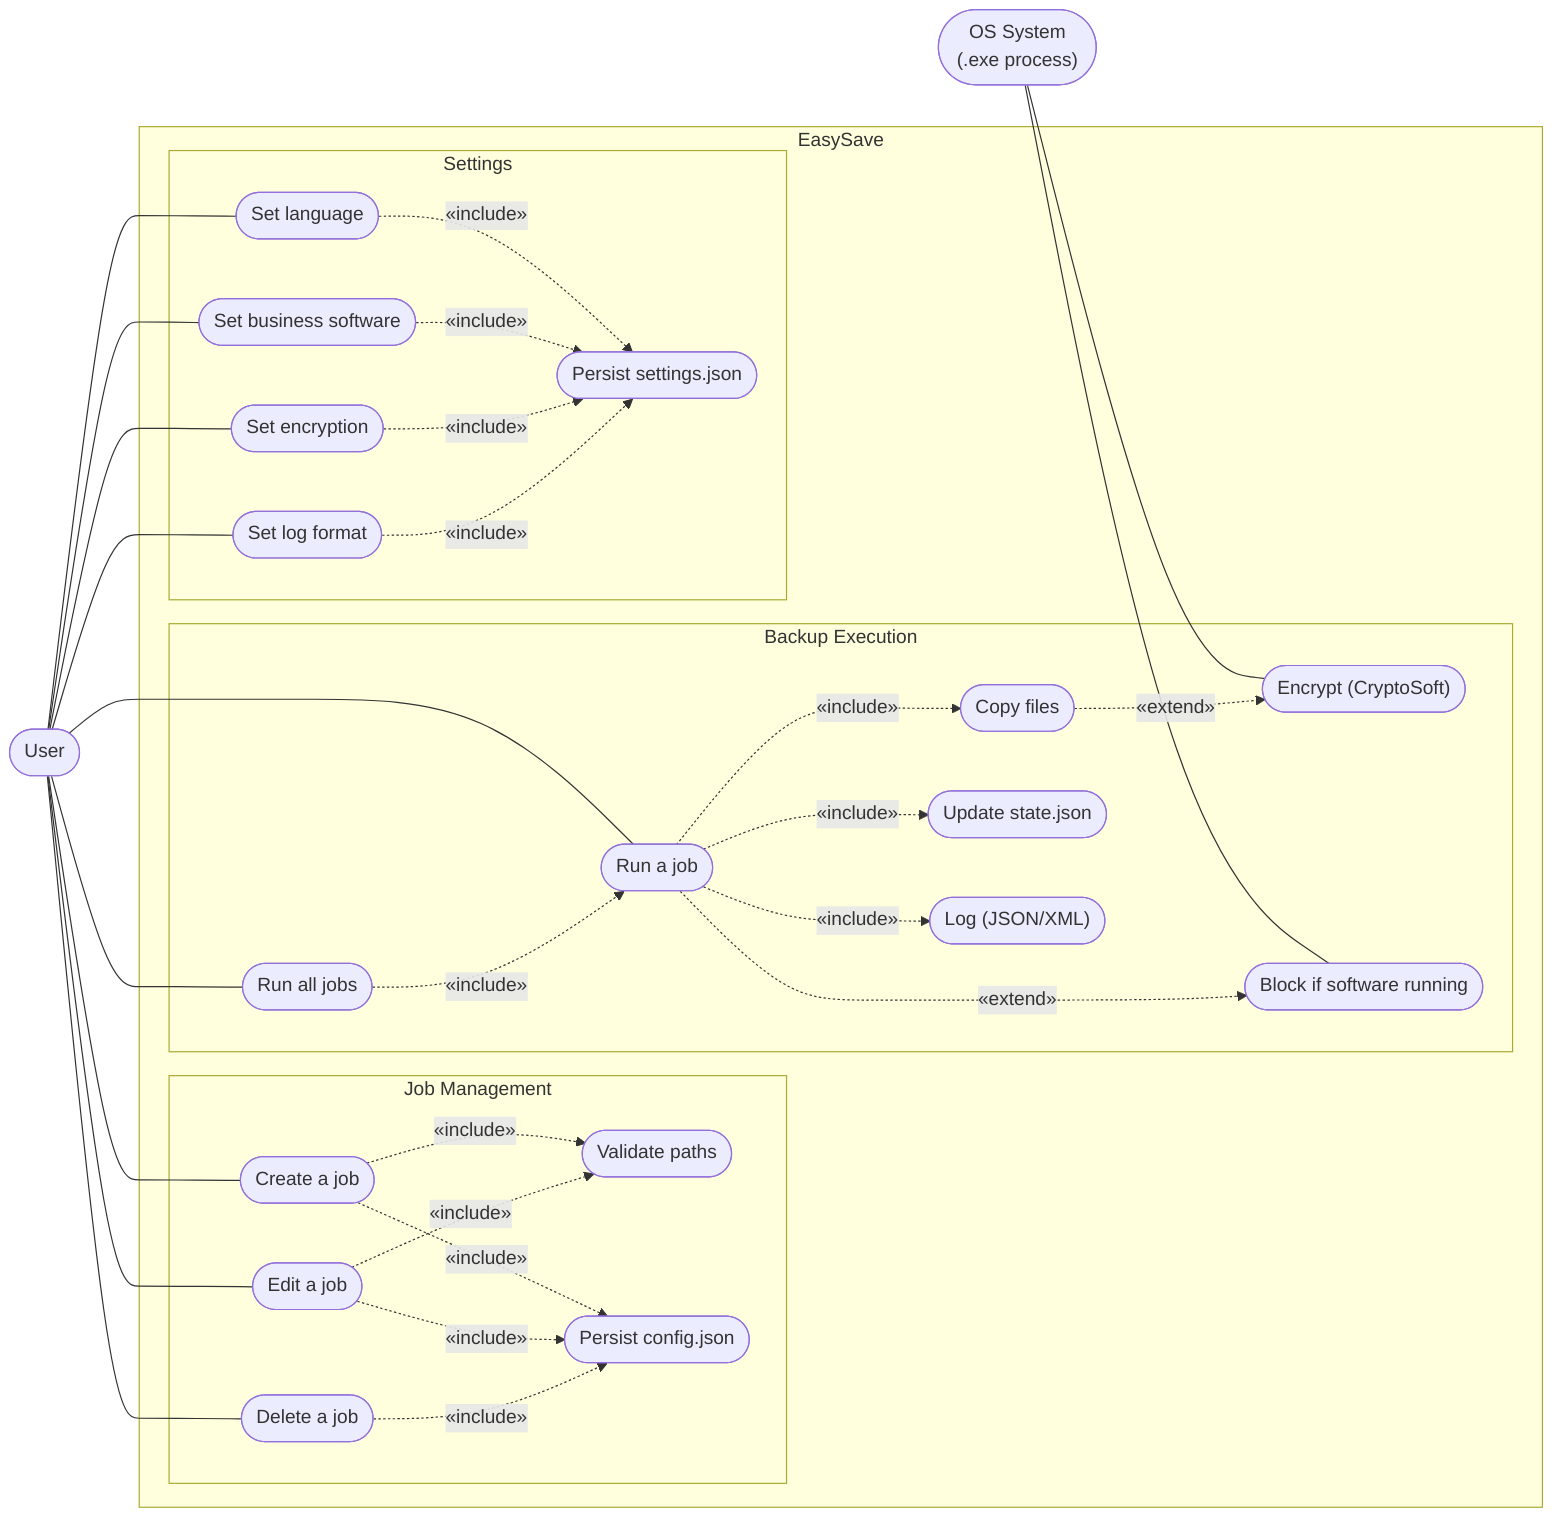
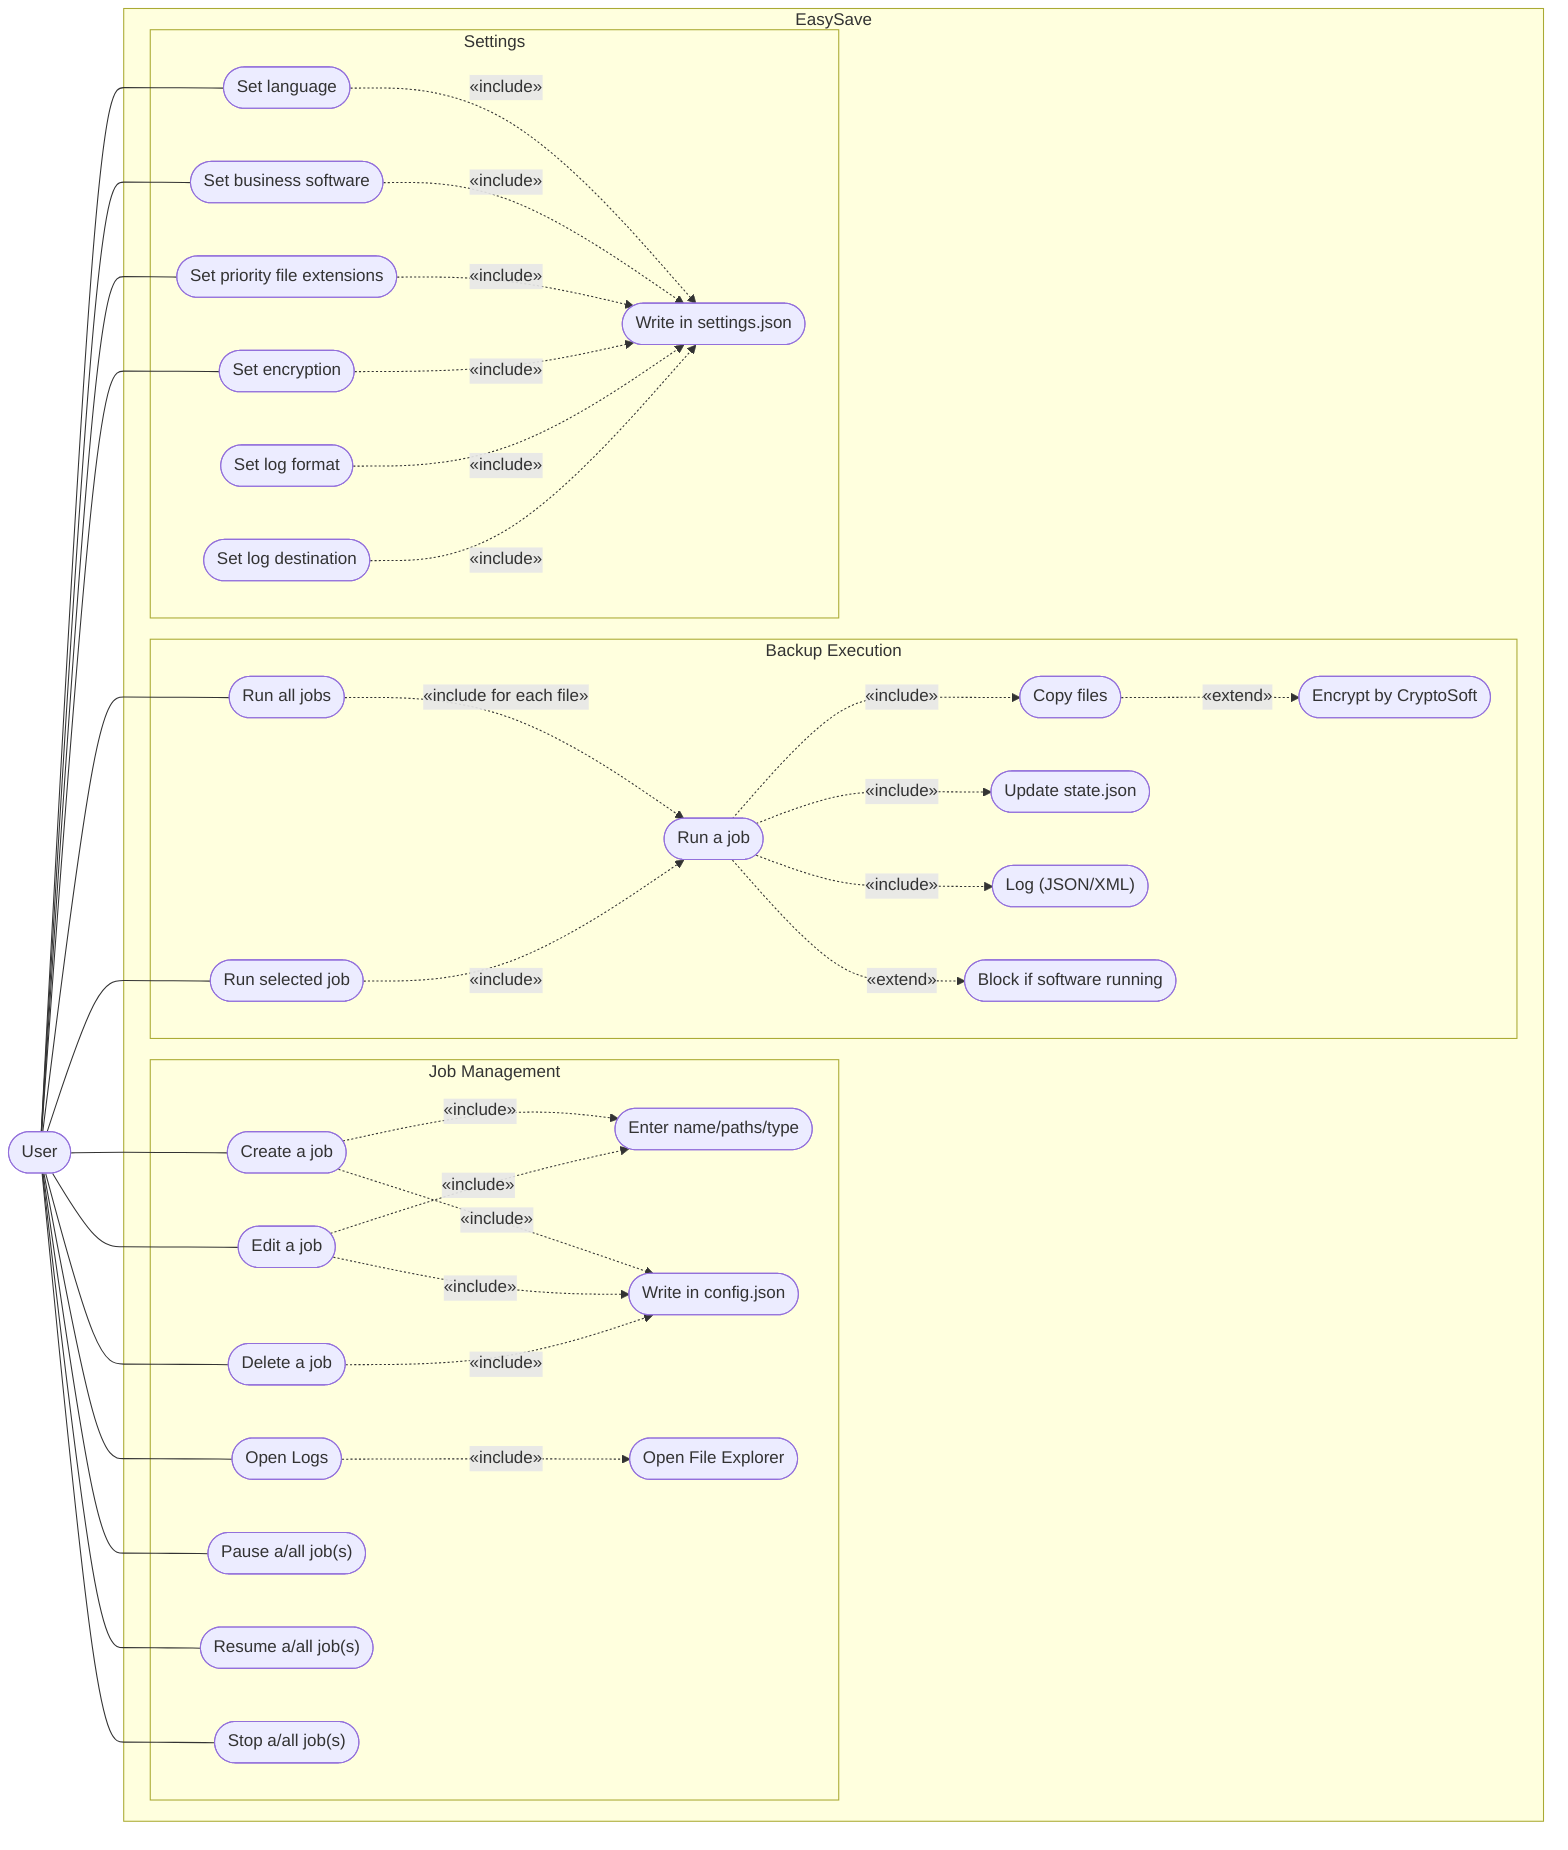
%%{init: {"theme": "default"}}%%
graph LR

  User(["User"])
-   OS(["OS System\n(.exe process)"])

  subgraph EasySave["EasySave"]

    subgraph gestion["Job Management"]
      UC1(["Create a job"])
      UC2(["Edit a job"])
      UC3(["Delete a job"])
-       UC4(["Validate paths"])
-       UC5(["Persist config.json"])
+       UC30(["Open Logs"])
+       UC31(["Pause a/all job(s)"])
+       UC32(["Resume a/all job(s)"])
+       UC33(["Stop a/all job(s)"])
+       UC4(["Enter name/paths/type"])
+       UC5(["Write in config.json"])
+       UC55(["Open File Explorer"])
    end

    subgraph execution["Backup Execution"]
      UC6(["Run a job"])
+       UC66(["Run selected job"])
      UC7(["Run all jobs"])
      UC8(["Copy files"])
-       UC9(["Encrypt (CryptoSoft)"])
+       UC9(["Encrypt by CryptoSoft"])
      UC10(["Update state.json"])
      UC11(["Log (JSON/XML)"])
      UC12(["Block if software running"])
    end

    subgraph parametres["Settings"]
      UC13(["Set language"])
      UC14(["Set business software"])
-       UC15(["Set encryption"])
-       UC16(["Set log format"])
-       UC17(["Persist settings.json"])
+       UC15(["Set priority file extensions"])
+       UC16(["Set encryption"])
+       UC17(["Set log format"])
+       UC18(["Set log destination"])
+       UC19(["Write in settings.json"])
    end

  end

  User --- UC1
  User --- UC2
  User --- UC3
-   User --- UC6
+   User --- UC30
+   User --- UC31
+   User --- UC32
+   User --- UC33
+   User --- UC66
  User --- UC7
  User --- UC13
  User --- UC14
  User --- UC15
  User --- UC16

-   OS --- UC12
-   OS --- UC9
- 
  UC1 -. «include» .-> UC4
  UC1 -. «include» .-> UC5
  UC2 -. «include» .-> UC4
  UC2 -. «include» .-> UC5
  UC3 -. «include» .-> UC5
-   UC7 -. «include» .-> UC6
+   UC30 -. «include» .-> UC55
+   UC7 -. «include for each file» .-> UC6
+   UC66 -. «include» .-> UC6
  UC6 -. «include» .-> UC8
  UC6 -. «include» .-> UC10
  UC6 -. «include» .-> UC11
-   UC13 -. «include» .-> UC17
-   UC14 -. «include» .-> UC17
-   UC15 -. «include» .-> UC17
-   UC16 -. «include» .-> UC17
+   UC13 -. «include» .-> UC19
+   UC14 -. «include» .-> UC19
+   UC15 -. «include» .-> UC19
+   UC16 -. «include» .-> UC19
+   UC17 -. «include» .-> UC19
+   UC18 -. «include» .-> UC19

  UC8 -. «extend» .-> UC9
  UC6 -. «extend» .-> UC12